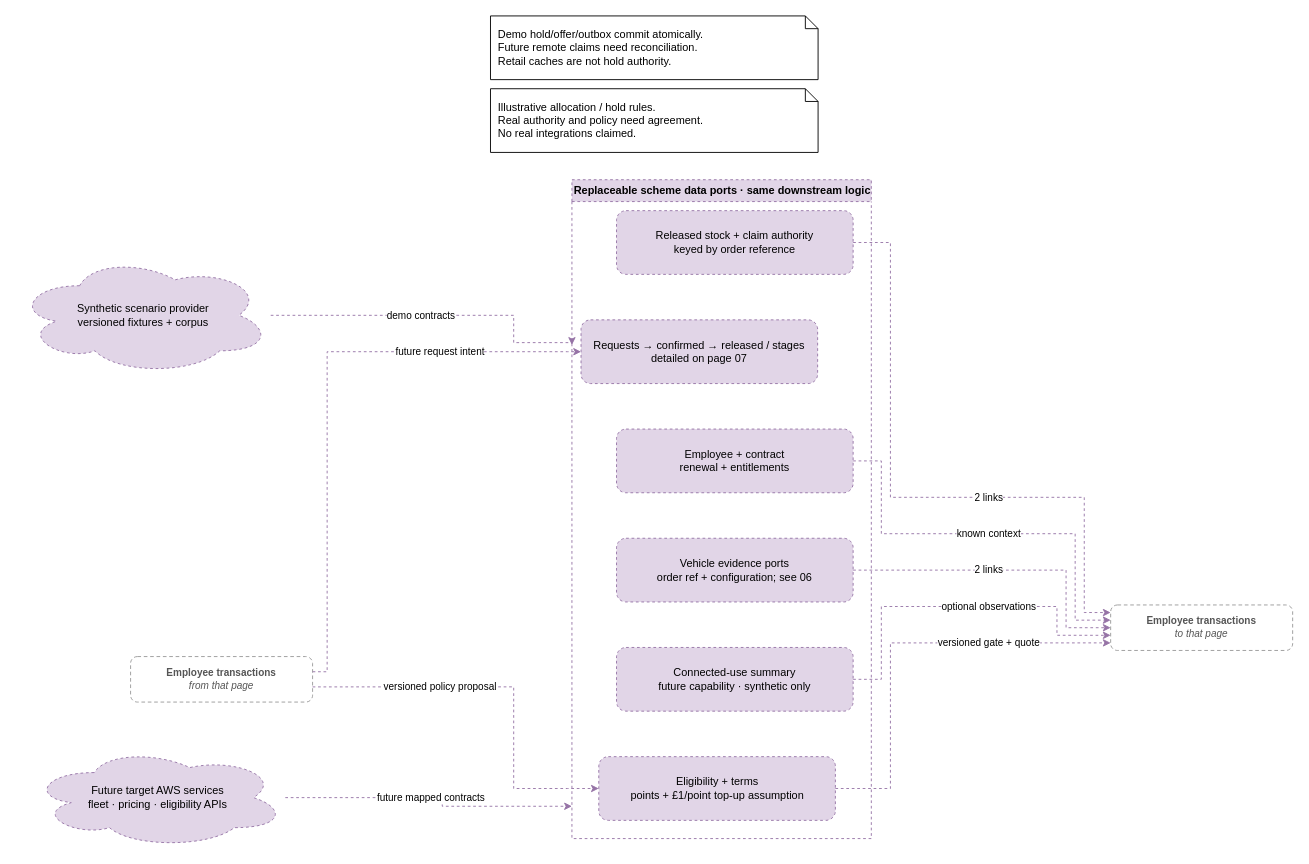
Earlier version of the draw.io diagram page "Employee data adapters" (5 of 11) of docs/design/high-level-design.drawio (garyscarter-ibm/vehicle-matcher). Source tidied: cells renumbered, new cells numbered last; positions are measured from the earlier drawing's top-left corner, leaving out a move shared by most shapes. Both pictures are drawn from the tidied source at 91%, with x=0, y=0 at pixel (15, 15).
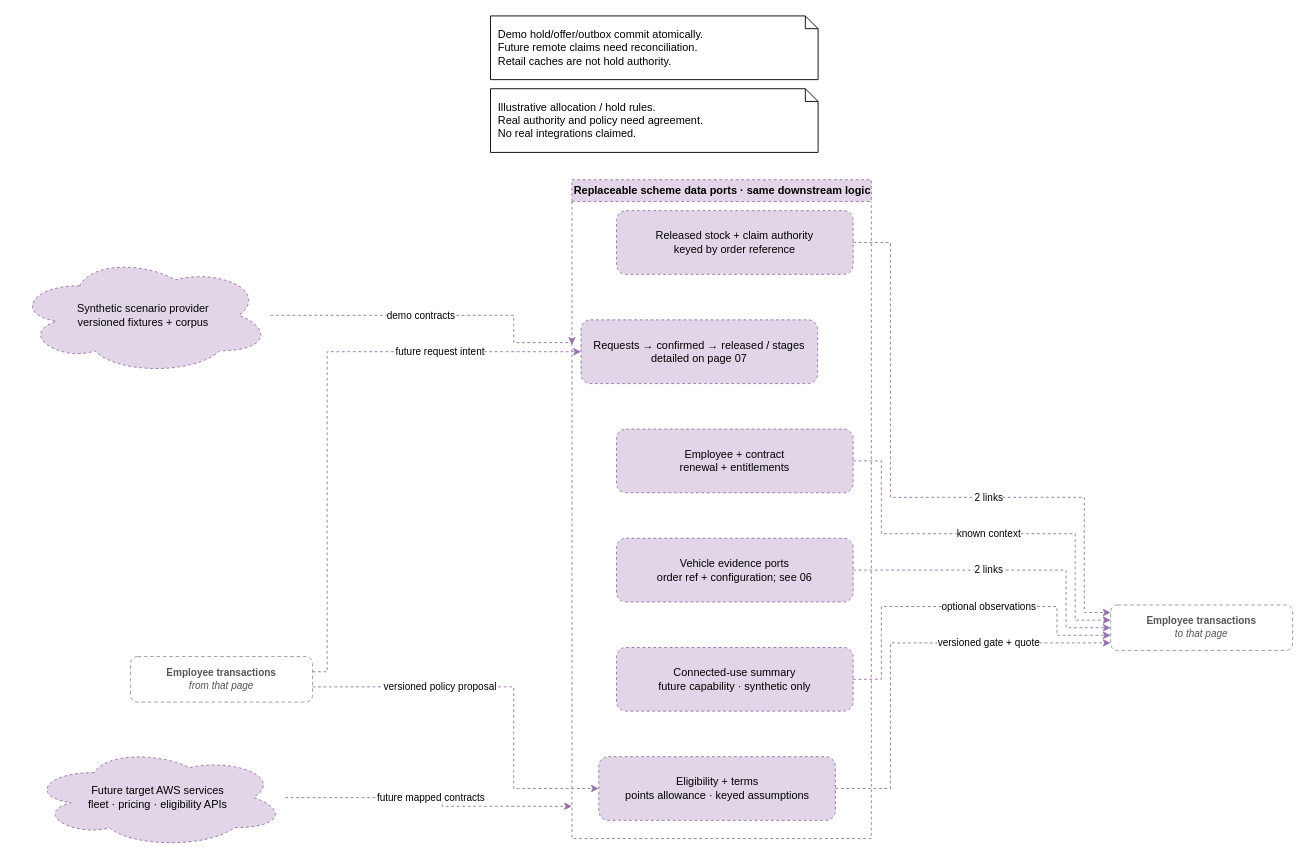
The same page after the edit.

The change refers to these unchanged cells:
```xml
<mxCell id="2" value="Replaceable scheme data ports · same downstream logic" style="swimlane;html=1;startSize=24;strokeColor=#9673a6;dashed=1;fillColor=#e1d5e7;" parent="1" vertex="1">
  <mxGeometry x="611" y="180" width="329" height="724" as="geometry" />
</mxCell>
```

Diff of the diagram source:
```diff
@@
-    <mxCell id="6" value="Eligibility + terms&lt;br&gt;points + £1/point top-up assumption" style="rounded=1;whiteSpace=wrap;html=1;strokeColor=#9673a6;dashed=1;fillColor=#e1d5e7;" parent="2" vertex="1">
+    <mxCell id="6" value="Eligibility + terms&lt;br&gt;points allowance · keyed assumptions" style="rounded=1;whiteSpace=wrap;html=1;strokeColor=#9673a6;dashed=1;fillColor=#e1d5e7;" parent="2" vertex="1">
       <mxGeometry x="29.5" y="634" width="260" height="70" as="geometry" />
     </mxCell>
```
